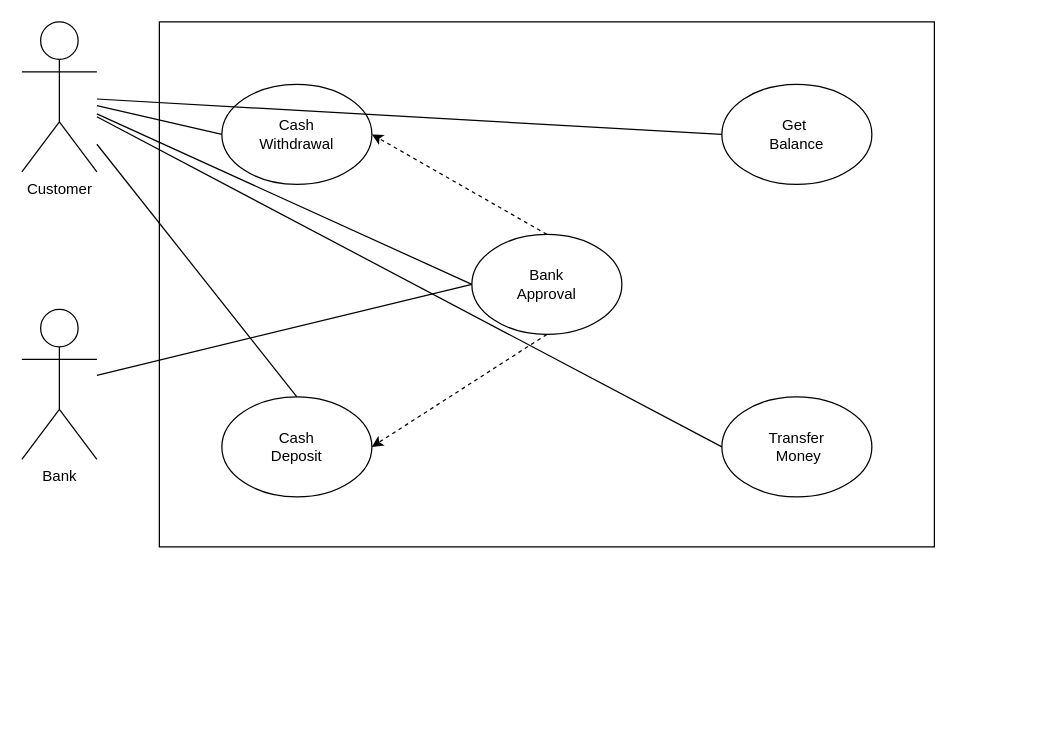
Theobourne/diagramsCS308 keeps this draw.io diagram as CS308Diagram.drawio. Above is the earlier version. Source tidied: cells renumbered, new cells numbered last; positions are measured from the earlier drawing's top-left corner, leaving out a move shared by most shapes. Both pictures are drawn from the tidied source at 125%, with x=0, y=0 at pixel (21, 21).
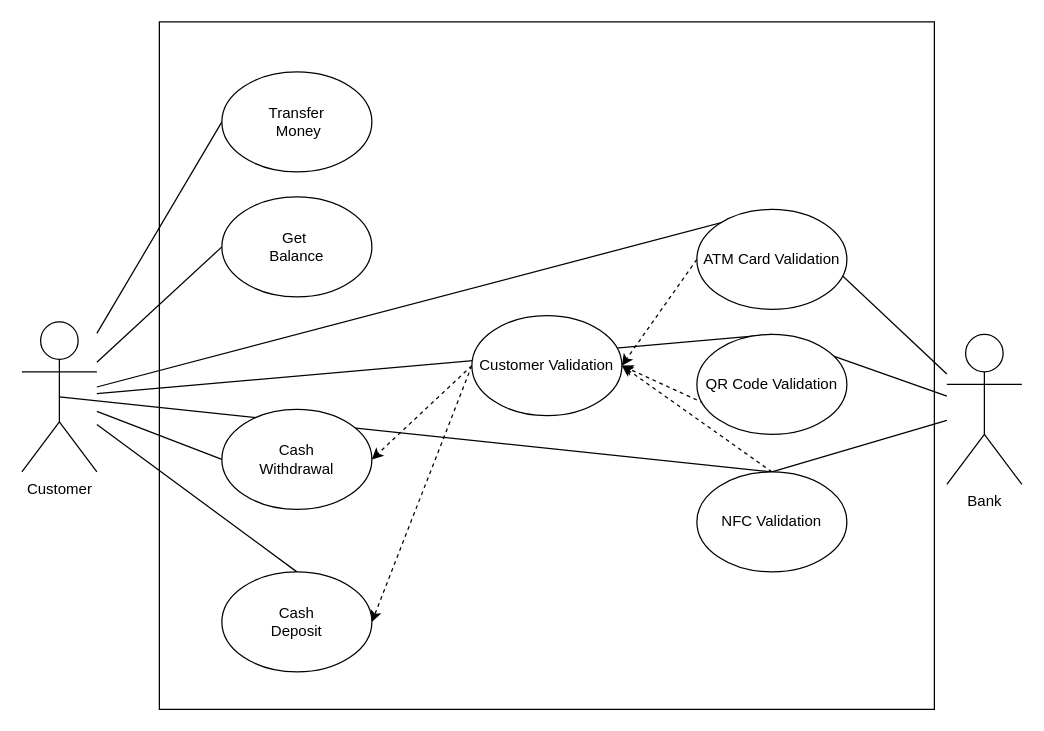
The same page after the edit.

What changed in the source:
```diff
@@
     <mxCell id="2" value="Customer&lt;br&gt;" style="shape=umlActor;verticalLabelPosition=bottom;verticalAlign=top;html=1;outlineConnect=0;" parent="1" vertex="1">
-      <mxGeometry width="60" height="120" as="geometry" />
+      <mxGeometry y="240" width="60" height="120" as="geometry" />
     </mxCell>
     <mxCell id="3" style="rounded=0;whiteSpace=wrap;html=1;" parent="1" vertex="1">
-      <mxGeometry x="110" width="620" height="420" as="geometry" />
+      <mxGeometry x="110" width="620" height="550" as="geometry" />
     </mxCell>
-    <mxCell id="4" value="Cash &lt;br&gt;Withdrawal" style="ellipse;whiteSpace=wrap;html=1;" parent="1" vertex="1">
-      <mxGeometry x="160" y="50" width="120" height="80" as="geometry" />
-    </mxCell>
-    <mxCell id="5" value="Cash&lt;br&gt;Deposit" style="ellipse;whiteSpace=wrap;html=1;" parent="1" vertex="1">
-      <mxGeometry x="160" y="300" width="120" height="80" as="geometry" />
-    </mxCell>
-    <mxCell id="6" value="Bank&lt;br&gt;Approval" style="ellipse;whiteSpace=wrap;html=1;" parent="1" vertex="1">
-      <mxGeometry x="360" y="170" width="120" height="80" as="geometry" />
-    </mxCell>
     <mxCell id="7" value="Bank" style="shape=umlActor;verticalLabelPosition=bottom;verticalAlign=top;html=1;outlineConnect=0;" parent="1" vertex="1">
-      <mxGeometry y="230" width="60" height="120" as="geometry" />
+      <mxGeometry x="740" y="250" width="60" height="120" as="geometry" />
     </mxCell>
-    <mxCell id="8" style="html=1;labelBackgroundColor=#ffffff;startArrow=none;startFill=0;startSize=6;endArrow=classic;endFill=1;endSize=6;jettySize=auto;strokeWidth=1;dashed=1;fontSize=14;rounded=0;exitX=0.5;exitY=1;exitDx=0;exitDy=0;entryX=1;entryY=0.5;entryDx=0;entryDy=0;" parent="1" edge="1" source="6" target="5">
+    <mxCell id="8" style="html=1;labelBackgroundColor=#ffffff;startArrow=none;startFill=0;startSize=6;endArrow=classic;endFill=1;endSize=6;jettySize=auto;strokeWidth=1;dashed=1;fontSize=14;rounded=0;exitX=0;exitY=0.5;exitDx=0;exitDy=0;entryX=1;entryY=0.5;entryDx=0;entryDy=0;" parent="1" edge="1" source="6" target="5">
       <mxGeometry relative="1" as="geometry" />
     </mxCell>
-    <mxCell id="9" style="html=1;labelBackgroundColor=#ffffff;startArrow=none;startFill=0;startSize=6;endArrow=classic;endFill=1;endSize=6;jettySize=auto;strokeWidth=1;dashed=1;fontSize=14;rounded=0;entryX=1;entryY=0.5;entryDx=0;entryDy=0;exitX=0.5;exitY=0;exitDx=0;exitDy=0;" parent="1" edge="1" source="6" target="4">
+    <mxCell id="9" style="html=1;labelBackgroundColor=#ffffff;startArrow=none;startFill=0;startSize=6;endArrow=classic;endFill=1;endSize=6;jettySize=auto;strokeWidth=1;dashed=1;fontSize=14;rounded=0;entryX=1;entryY=0.5;entryDx=0;entryDy=0;exitX=0;exitY=0.5;exitDx=0;exitDy=0;" parent="1" edge="1" source="6" target="4">
       <mxGeometry relative="1" as="geometry" />
     </mxCell>
-    <mxCell id="10" value="Transfer&lt;br&gt;&amp;nbsp;Money" style="ellipse;whiteSpace=wrap;html=1;" parent="1" vertex="1">
-      <mxGeometry x="560" y="300" width="120" height="80" as="geometry" />
-    </mxCell>
-    <mxCell id="11" value="Get&amp;nbsp;&lt;br&gt;Balance" style="ellipse;whiteSpace=wrap;html=1;" parent="1" vertex="1">
-      <mxGeometry x="560" y="50" width="120" height="80" as="geometry" />
-    </mxCell>
-    <mxCell id="12" style="endArrow=none;html=1;rounded=0;entryX=0;entryY=0.5;entryDx=0;entryDy=0;" parent="1" edge="1" source="7" target="6">
+    <mxCell id="12" style="endArrow=none;html=1;rounded=0;entryX=0.5;entryY=0;entryDx=0;entryDy=0;" parent="1" edge="1" source="7" target="27">
       <mxGeometry relative="1" as="geometry" />
     </mxCell>
-    <mxCell id="13" style="endArrow=none;html=1;rounded=0;entryX=0;entryY=0.5;entryDx=0;entryDy=0;" parent="1" edge="1" source="2" target="6">
+    <mxCell id="13" style="endArrow=none;html=1;rounded=0;entryX=0.5;entryY=0;entryDx=0;entryDy=0;" parent="1" edge="1" source="2" target="26">
       <mxGeometry relative="1" as="geometry" />
     </mxCell>
@@
+    <mxCell id="18" style="html=1;labelBackgroundColor=#ffffff;startArrow=none;startFill=0;startSize=6;endArrow=classic;endFill=1;endSize=6;jettySize=auto;strokeWidth=1;dashed=1;fontSize=14;rounded=0;exitX=0.5;exitY=0;exitDx=0;exitDy=0;entryX=1;entryY=0.5;entryDx=0;entryDy=0;" parent="1" edge="1" source="27" target="6">
+      <mxGeometry relative="1" as="geometry" />
+    </mxCell>
+    <mxCell id="19" style="html=1;labelBackgroundColor=#ffffff;startArrow=none;startFill=0;startSize=6;endArrow=classic;endFill=1;endSize=6;jettySize=auto;strokeWidth=1;dashed=1;fontSize=14;rounded=0;exitX=0;exitY=0.5;exitDx=0;exitDy=0;entryX=1;entryY=0.5;entryDx=0;entryDy=0;" parent="1" edge="1" source="25" target="6">
+      <mxGeometry relative="1" as="geometry" />
+    </mxCell>
+    <mxCell id="20" style="html=1;labelBackgroundColor=#ffffff;startArrow=none;startFill=0;startSize=6;endArrow=classic;endFill=1;endSize=6;jettySize=auto;strokeWidth=1;dashed=1;fontSize=14;rounded=0;exitX=0.5;exitY=1;exitDx=0;exitDy=0;entryX=1;entryY=0.5;entryDx=0;entryDy=0;" parent="1" edge="1" source="26" target="6">
+      <mxGeometry relative="1" as="geometry" />
+    </mxCell>
+    <mxCell id="21" style="endArrow=none;html=1;rounded=0;entryX=0.5;entryY=0;entryDx=0;entryDy=0;" parent="1" edge="1" source="7" target="25">
+      <mxGeometry relative="1" as="geometry" />
+    </mxCell>
+    <mxCell id="22" style="endArrow=none;html=1;rounded=0;entryX=0.5;entryY=0;entryDx=0;entryDy=0;" parent="1" edge="1" source="7" target="26">
+      <mxGeometry relative="1" as="geometry" />
+    </mxCell>
+    <mxCell id="23" style="endArrow=none;html=1;rounded=0;entryX=0.5;entryY=0;entryDx=0;entryDy=0;exitX=0.5;exitY=0.5;exitDx=0;exitDy=0;exitPerimeter=0;" parent="1" edge="1" source="2" target="27">
+      <mxGeometry relative="1" as="geometry" />
+    </mxCell>
+    <mxCell id="24" style="endArrow=none;html=1;rounded=0;entryX=0.5;entryY=0;entryDx=0;entryDy=0;" parent="1" edge="1" source="2" target="25">
+      <mxGeometry relative="1" as="geometry" />
+    </mxCell>
+    <mxCell id="11" value="Get&amp;nbsp;&lt;br&gt;Balance" style="ellipse;whiteSpace=wrap;html=1;" parent="1" vertex="1">
+      <mxGeometry x="160" y="140" width="120" height="80" as="geometry" />
+    </mxCell>
+    <mxCell id="10" value="Transfer&lt;br&gt;&amp;nbsp;Money" style="ellipse;whiteSpace=wrap;html=1;" parent="1" vertex="1">
+      <mxGeometry x="160" y="40" width="120" height="80" as="geometry" />
+    </mxCell>
+    <mxCell id="25" value="ATM Card Validation" style="ellipse;whiteSpace=wrap;html=1;" parent="1" vertex="1">
+      <mxGeometry x="540" y="150" width="120" height="80" as="geometry" />
+    </mxCell>
+    <mxCell id="26" value="QR Code Validation" style="ellipse;whiteSpace=wrap;html=1;" parent="1" vertex="1">
+      <mxGeometry x="540" y="250" width="120" height="80" as="geometry" />
+    </mxCell>
+    <mxCell id="27" value="NFC Validation" style="ellipse;whiteSpace=wrap;html=1;" parent="1" vertex="1">
+      <mxGeometry x="540" y="360" width="120" height="80" as="geometry" />
+    </mxCell>
+    <mxCell id="6" value="Customer Validation" style="ellipse;whiteSpace=wrap;html=1;" parent="1" vertex="1">
+      <mxGeometry x="360" y="235" width="120" height="80" as="geometry" />
+    </mxCell>
+    <mxCell id="4" value="Cash &lt;br&gt;Withdrawal" style="ellipse;whiteSpace=wrap;html=1;" parent="1" vertex="1">
+      <mxGeometry x="160" y="310" width="120" height="80" as="geometry" />
+    </mxCell>
+    <mxCell id="5" value="Cash&lt;br&gt;Deposit" style="ellipse;whiteSpace=wrap;html=1;" parent="1" vertex="1">
+      <mxGeometry x="160" y="440" width="120" height="80" as="geometry" />
+    </mxCell>
```
